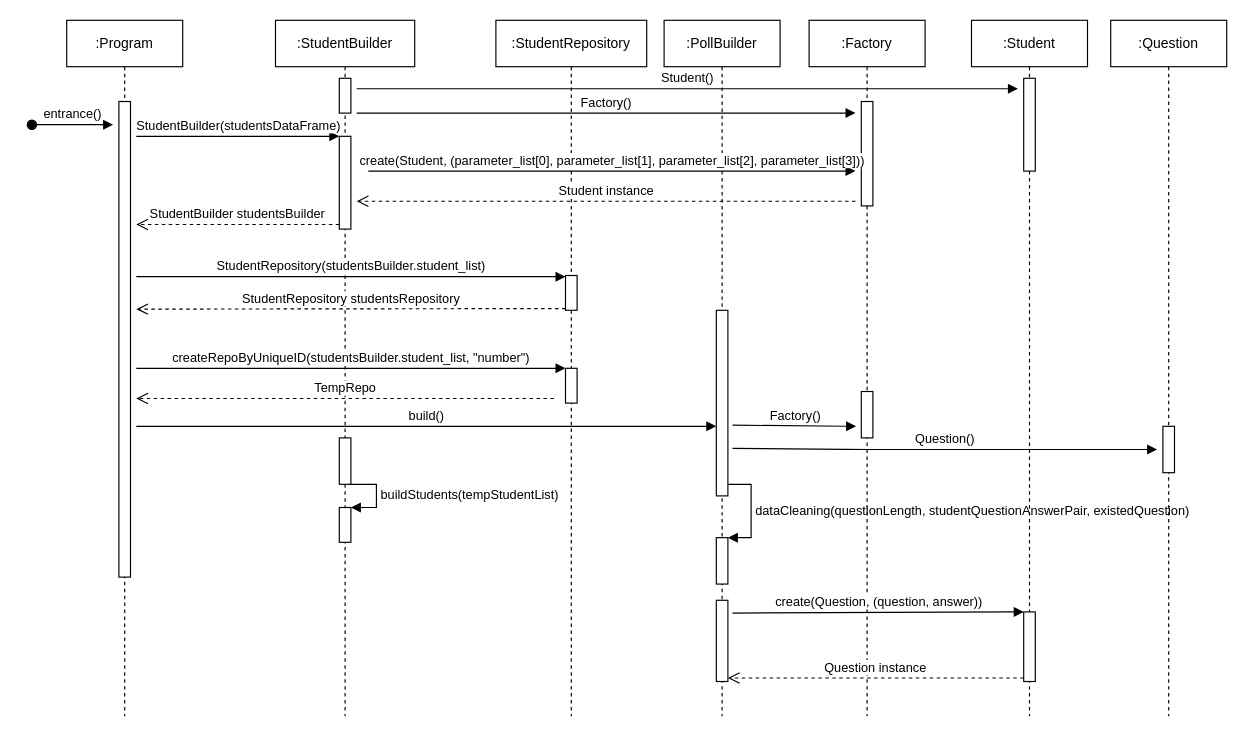
This is PythonProject/iteration1/DSD.drawio from alperdokay/CSE3063F20P1_GRP20, a draw.io file, before an edit. Source tidied: cells renumbered, new cells numbered last; positions are measured from the earlier drawing's top-left corner, leaving out a move shared by most shapes. Both pictures are drawn from the tidied source at 116%, with x=0, y=0 at pixel (31, 20).
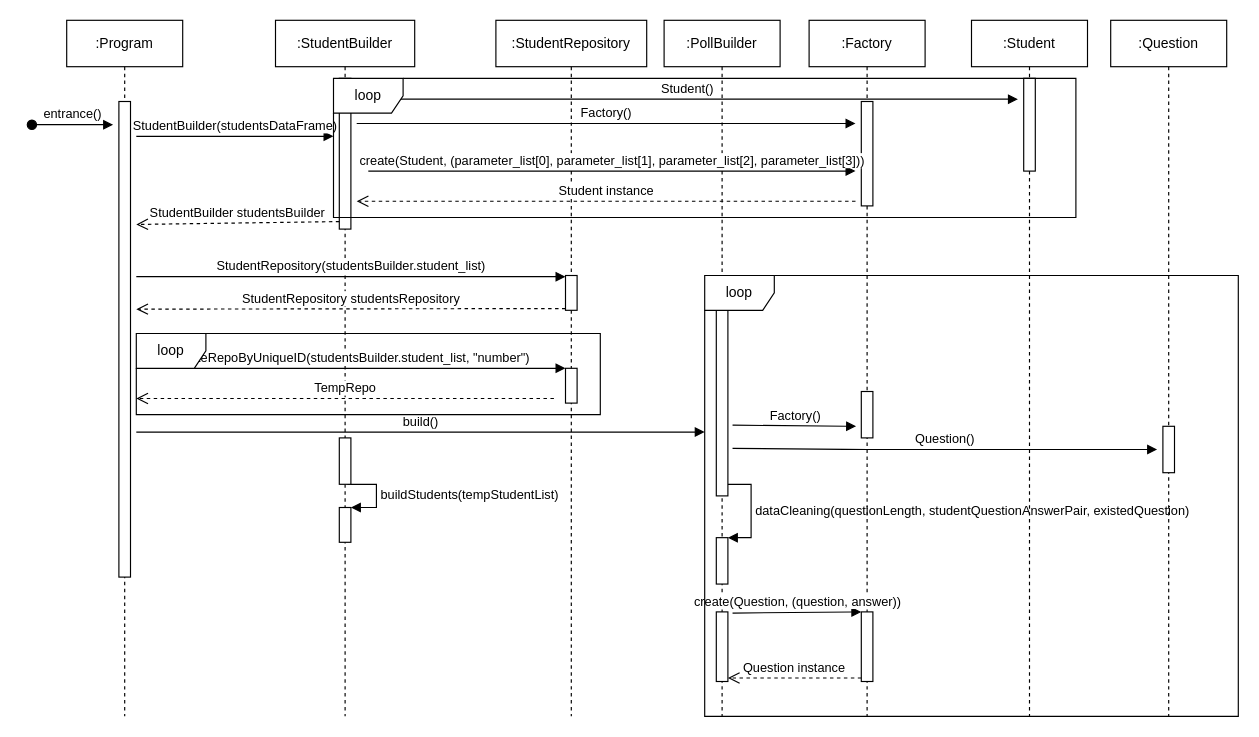
The same diagram, later.

Unchanged cells that the change refers to:
```xml
<mxCell id="4" value=":StudentBuilder" style="shape=umlLifeline;perimeter=lifelinePerimeter;whiteSpace=wrap;html=1;" parent="1" vertex="1">
  <mxGeometry x="210" width="120" height="600" as="geometry" />
</mxCell>
<mxCell id="13" value=":PollBuilder" style="shape=umlLifeline;perimeter=lifelinePerimeter;whiteSpace=wrap;html=1;" parent="1" vertex="1">
  <mxGeometry x="545" width="100" height="600" as="geometry" />
</mxCell>
<mxCell id="14" style="html=1;points=[];perimeter=orthogonalPerimeter;" parent="13" vertex="1">
  <mxGeometry x="45" y="250" width="10" height="160" as="geometry" />
</mxCell>
<mxCell id="24" value=":Factory" style="shape=umlLifeline;perimeter=lifelinePerimeter;whiteSpace=wrap;html=1;" parent="1" vertex="1">
  <mxGeometry x="670" width="100" height="600" as="geometry" />
</mxCell>
<mxCell id="29" value=":Student" style="shape=umlLifeline;perimeter=lifelinePerimeter;whiteSpace=wrap;html=1;" parent="1" vertex="1">
  <mxGeometry x="810" width="100" height="600" as="geometry" />
</mxCell>
```

What changed in the source:
```diff
@@
     <mxCell id="5" style="html=1;points=[];perimeter=orthogonalPerimeter;" parent="4" vertex="1">
-      <mxGeometry x="55" y="100" width="10" height="80" as="geometry" />
+      <mxGeometry x="55" y="50" width="10" height="130" as="geometry" />
     </mxCell>
@@
-    <mxCell id="9" style="html=1;perimeter=orthogonalPerimeter;" parent="4" vertex="1">
-      <mxGeometry x="55" y="50" width="10" height="30" as="geometry" />
-    </mxCell>
@@
     <mxCell id="17" style="html=1;points=[];perimeter=orthogonalPerimeter;" parent="13" vertex="1">
-      <mxGeometry x="45" y="500" width="10" height="70" as="geometry" />
+      <mxGeometry x="45" y="510" width="10" height="60" as="geometry" />
     </mxCell>
@@
-    <mxCell id="19" value="StudentBuilder(studentsDataFrame)" style="html=1;verticalAlign=bottom;endArrow=block;entryX=0;entryY=0;" parent="1" edge="1" target="5">
+    <mxCell id="19" value="StudentBuilder(studentsDataFrame)" style="html=1;verticalAlign=bottom;endArrow=block;" parent="1" edge="1">
       <mxGeometry relative="1" as="geometry">
         <mxPoint x="90" y="100" as="sourcePoint" />
+        <mxPoint x="260" y="100" as="targetPoint" />
       </mxGeometry>
     </mxCell>
@@
-    <mxCell id="23" value="build()" style="html=1;verticalAlign=bottom;endArrow=block;entryX=0;entryY=0.625;entryDx=0;entryDy=0;entryPerimeter=0;" parent="1" edge="1" target="14">
+    <mxCell id="23" value="build()" style="html=1;verticalAlign=bottom;endArrow=block;" parent="1" edge="1">
       <mxGeometry relative="1" as="geometry">
-        <mxPoint x="90" y="350" as="sourcePoint" />
+        <mxPoint x="90" y="355" as="sourcePoint" />
+        <mxPoint x="580" y="355" as="targetPoint" />
       </mxGeometry>
     </mxCell>
@@
+    <mxCell id="30" style="html=1;points=[];perimeter=orthogonalPerimeter;" parent="24" vertex="1">
+      <mxGeometry x="45" y="510" width="10" height="60" as="geometry" />
+    </mxCell>
     <mxCell id="27" value="Factory()" style="html=1;verticalAlign=bottom;endArrow=block;" parent="1" edge="1">
       <mxGeometry relative="1" as="geometry">
-        <mxPoint x="280" y="80" as="sourcePoint" />
-        <mxPoint x="710" y="80" as="targetPoint" />
+        <mxPoint x="280" y="89" as="sourcePoint" />
+        <mxPoint x="710" y="89" as="targetPoint" />
         <Array as="points">
-          <mxPoint x="440" y="80" />
+          <mxPoint x="440" y="89" />
         </Array>
       </mxGeometry>
     </mxCell>
@@
-    <mxCell id="30" style="html=1;points=[];perimeter=orthogonalPerimeter;" parent="29" vertex="1">
-      <mxGeometry x="45" y="510" width="10" height="60" as="geometry" />
-    </mxCell>
@@
     <mxCell id="35" value="Student()" style="html=1;verticalAlign=bottom;endArrow=block;" parent="1" edge="1">
       <mxGeometry relative="1" as="geometry">
-        <mxPoint x="280" y="59" as="sourcePoint" />
-        <mxPoint x="850" y="59" as="targetPoint" />
+        <mxPoint x="280" y="68" as="sourcePoint" />
+        <mxPoint x="850" y="68" as="targetPoint" />
       </mxGeometry>
     </mxCell>
@@
-    <mxCell id="38" value="create(Question, (question, answer))" style="html=1;verticalAlign=bottom;endArrow=block;entryX=0;entryY=0;exitX=1.4;exitY=0.157;exitDx=0;exitDy=0;exitPerimeter=0;" parent="1" edge="1" source="17" target="30">
-      <mxGeometry relative="1" as="geometry" />
+    <mxCell id="38" value="create(Question, (question, answer))" style="html=1;verticalAlign=bottom;endArrow=block;entryX=0;entryY=0;exitX=1.4;exitY=0.157;exitDx=0;exitDy=0;exitPerimeter=0;" parent="1" edge="1">
+      <mxGeometry relative="1" as="geometry">
+        <mxPoint x="604" y="511" as="sourcePoint" />
+        <mxPoint x="715" y="510" as="targetPoint" />
+      </mxGeometry>
     </mxCell>
@@
+    <mxCell id="42" value="loop" style="shape=umlFrame;whiteSpace=wrap;html=1;" parent="1" vertex="1">
+      <mxGeometry x="580" y="220" width="460" height="380" as="geometry" />
+    </mxCell>
+    <mxCell id="43" value="loop" style="shape=umlFrame;whiteSpace=wrap;html=1;" parent="1" vertex="1">
+      <mxGeometry x="260" y="50" width="640" height="120" as="geometry" />
+    </mxCell>
+    <mxCell id="44" value="loop" style="shape=umlFrame;whiteSpace=wrap;html=1;" parent="1" vertex="1">
+      <mxGeometry x="90" y="270" width="400" height="70" as="geometry" />
+    </mxCell>
```
